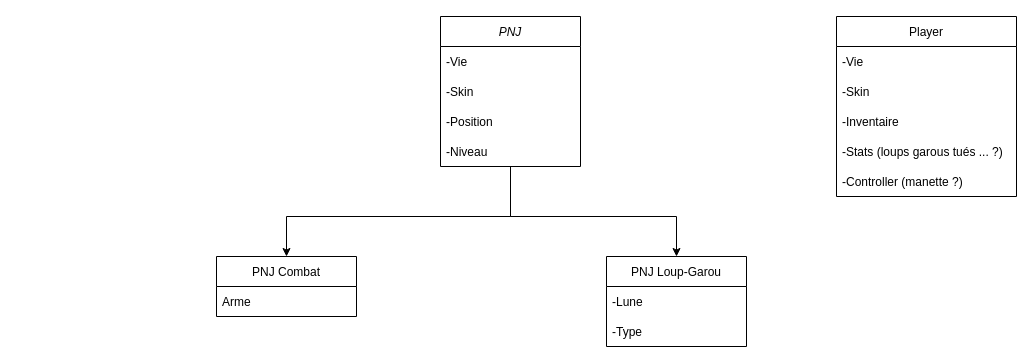
This is Modelisation/Diagramme de classe.drawio from SymeonD/GameJam2022, a draw.io file, before an edit. Source tidied: cells renumbered, new cells numbered last; positions are measured from the earlier drawing's top-left corner, leaving out a move shared by most shapes. Both pictures are drawn from the tidied source at 100%, with x=0, y=0 at pixel (216, 16).
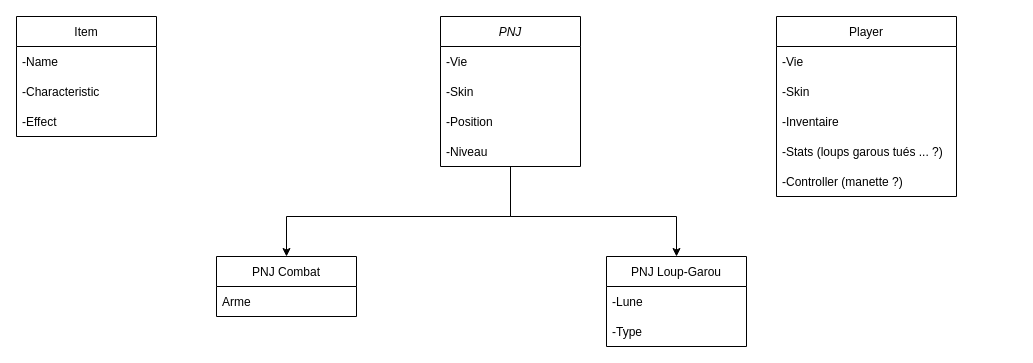
Above is the later version.

What changed in the source:
```diff
@@
     <mxCell id="14" value="Player" style="swimlane;fontStyle=0;horizontal=1;startSize=30;" parent="1" vertex="1">
-      <mxGeometry x="620" width="180" height="180" as="geometry" />
+      <mxGeometry x="560" width="180" height="180" as="geometry" />
     </mxCell>
@@
+    <mxCell id="20" value="Item" style="swimlane;fontStyle=0;horizontal=1;startSize=30;" parent="1" vertex="1">
+      <mxGeometry x="-200" width="140" height="120" as="geometry" />
+    </mxCell>
+    <mxCell id="21" value="-Name" style="text;strokeColor=none;fillColor=none;align=left;verticalAlign=middle;spacingLeft=4;spacingRight=4;overflow=hidden;" parent="20" vertex="1">
+      <mxGeometry y="30" width="140" height="30" as="geometry" />
+    </mxCell>
+    <mxCell id="22" value="-Characteristic" style="text;strokeColor=none;fillColor=none;align=left;verticalAlign=middle;spacingLeft=4;spacingRight=4;overflow=hidden;" parent="20" vertex="1">
+      <mxGeometry y="60" width="140" height="30" as="geometry" />
+    </mxCell>
+    <mxCell id="23" value="-Effect" style="text;strokeColor=none;fillColor=none;align=left;verticalAlign=middle;spacingLeft=4;spacingRight=4;overflow=hidden;" parent="20" vertex="1">
+      <mxGeometry y="90" width="140" height="30" as="geometry" />
+    </mxCell>
```
